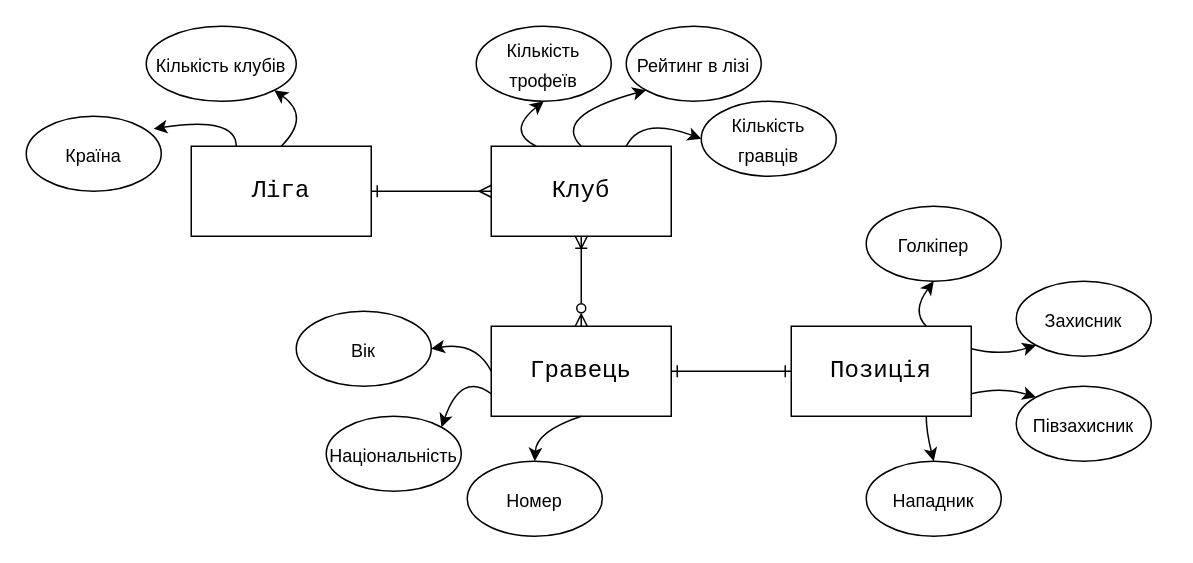
imaihs/bd_lab keeps this draw.io diagram as lab11.drawio. Above is the earlier version. Source tidied: cells renumbered, new cells numbered last; positions are measured from the earlier drawing's top-left corner, leaving out a move shared by most shapes. Both pictures are drawn from the tidied source at 150%, with x=0, y=0 at pixel (26, 26).
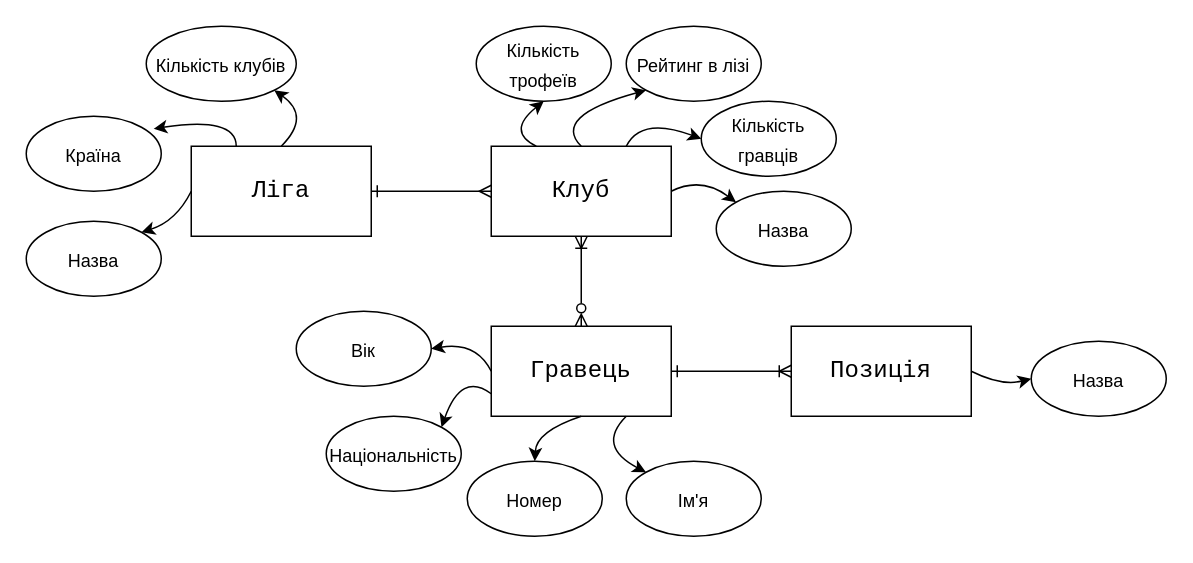
The same diagram, later.

Unchanged cells that the change refers to:
```xml
<mxCell id="3" value="&lt;pre style=&quot;&quot;&gt;&lt;font style=&quot;font-size: 16px;&quot;&gt;Ліга&lt;/font&gt;&lt;/pre&gt;" style="rounded=0;whiteSpace=wrap;html=1;" parent="1" vertex="1">
  <mxGeometry x="110" y="80" width="120" height="60" as="geometry" />
</mxCell>
<mxCell id="5" value="&lt;pre style=&quot;&quot;&gt;&lt;font style=&quot;font-size: 16px;&quot;&gt;Клуб&lt;/font&gt;&lt;/pre&gt;" style="rounded=0;whiteSpace=wrap;html=1;" parent="1" vertex="1">
  <mxGeometry x="310" y="80" width="120" height="60" as="geometry" />
</mxCell>
<mxCell id="7" value="&lt;pre style=&quot;&quot;&gt;&lt;font style=&quot;font-size: 16px;&quot;&gt;Гравець&lt;/font&gt;&lt;/pre&gt;" style="rounded=0;whiteSpace=wrap;html=1;" parent="1" vertex="1">
  <mxGeometry x="310" y="200" width="120" height="60" as="geometry" />
</mxCell>
<mxCell id="8" value="&lt;pre style=&quot;&quot;&gt;&lt;font style=&quot;font-size: 16px;&quot;&gt;Позиція&lt;/font&gt;&lt;/pre&gt;" style="rounded=0;whiteSpace=wrap;html=1;" parent="1" vertex="1">
  <mxGeometry x="510" y="200" width="120" height="60" as="geometry" />
</mxCell>
```

Change to the diagram source:
```diff
@@
-    <mxCell id="6" style="edgeStyle=orthogonalEdgeStyle;rounded=0;jettySize=auto;html=1;exitX=1;exitY=0.5;exitDx=0;exitDy=0;entryX=0;entryY=0.5;entryDx=0;entryDy=0;fontSize=12;startArrow=ERone;startFill=0;endArrow=ERone;endFill=0;" parent="1" edge="1" source="7" target="8">
+    <mxCell id="6" style="edgeStyle=orthogonalEdgeStyle;rounded=0;jettySize=auto;html=1;exitX=1;exitY=0.5;exitDx=0;exitDy=0;entryX=0;entryY=0.5;entryDx=0;entryDy=0;fontSize=12;startArrow=ERone;startFill=0;endArrow=ERoneToMany;endFill=0;" parent="1" edge="1" source="7" target="8">
       <mxGeometry relative="1" as="geometry" />
     </mxCell>
@@
-    <mxCell id="25" value="&lt;span style=&quot;font-size: 12px;&quot;&gt;Голкіпер&lt;/span&gt;" style="ellipse;whiteSpace=wrap;html=1;fontSize=16;" parent="1" vertex="1">
-      <mxGeometry x="560" y="120" width="90" height="50" as="geometry" />
-    </mxCell>
-    <mxCell id="26" value="&lt;span style=&quot;font-size: 12px;&quot;&gt;Захисник&lt;/span&gt;" style="ellipse;whiteSpace=wrap;html=1;fontSize=16;" parent="1" vertex="1">
-      <mxGeometry x="660" y="170" width="90" height="50" as="geometry" />
-    </mxCell>
-    <mxCell id="27" value="&lt;span style=&quot;font-size: 12px;&quot;&gt;Півзахисник&lt;/span&gt;" style="ellipse;whiteSpace=wrap;html=1;fontSize=16;" parent="1" vertex="1">
-      <mxGeometry x="660" y="240" width="90" height="50" as="geometry" />
+    <mxCell id="27" value="&lt;span style=&quot;font-size: 12px;&quot;&gt;Назва&lt;/span&gt;" style="ellipse;whiteSpace=wrap;html=1;fontSize=16;" parent="1" vertex="1">
+      <mxGeometry x="670" y="210" width="90" height="50" as="geometry" />
     </mxCell>
-    <mxCell id="28" value="&lt;span style=&quot;font-size: 12px;&quot;&gt;Нападник&lt;/span&gt;" style="ellipse;whiteSpace=wrap;html=1;fontSize=16;" parent="1" vertex="1">
-      <mxGeometry x="560" y="290" width="90" height="50" as="geometry" />
-    </mxCell>
-    <mxCell id="29" style="curved=1;endArrow=classic;html=1;rounded=0;exitX=0.75;exitY=0;exitDx=0;exitDy=0;entryX=0.5;entryY=1;entryDx=0;entryDy=0;" parent="1" edge="1" source="8" target="25">
-      <mxGeometry relative="1" as="geometry">
-        <Array as="points">
-          <mxPoint x="590" y="190" />
-        </Array>
-      </mxGeometry>
-    </mxCell>
-    <mxCell id="30" style="curved=1;endArrow=classic;html=1;rounded=0;exitX=0.75;exitY=1;exitDx=0;exitDy=0;entryX=0.5;entryY=0;entryDx=0;entryDy=0;" parent="1" edge="1" source="8" target="28">
-      <mxGeometry relative="1" as="geometry">
-        <Array as="points">
-          <mxPoint x="600" y="270" />
-        </Array>
-      </mxGeometry>
-    </mxCell>
-    <mxCell id="31" style="curved=1;endArrow=classic;html=1;rounded=0;exitX=1;exitY=0.75;exitDx=0;exitDy=0;entryX=0;entryY=0;entryDx=0;entryDy=0;" parent="1" edge="1" source="8" target="27">
+    <mxCell id="31" style="curved=1;endArrow=classic;html=1;rounded=0;exitX=1;exitY=0.5;exitDx=0;exitDy=0;entryX=0;entryY=0.5;entryDx=0;entryDy=0;" parent="1" edge="1" source="8" target="27">
       <mxGeometry relative="1" as="geometry">
         <Array as="points">
           <mxPoint x="650" y="240" />
         </Array>
       </mxGeometry>
     </mxCell>
-    <mxCell id="32" style="curved=1;endArrow=classic;html=1;rounded=0;exitX=1;exitY=0.25;exitDx=0;exitDy=0;entryX=0;entryY=1;entryDx=0;entryDy=0;" parent="1" edge="1" source="8" target="26">
-      <mxGeometry relative="1" as="geometry">
-        <Array as="points">
-          <mxPoint x="650" y="220" />
-        </Array>
-      </mxGeometry>
-    </mxCell>
+    <mxCell id="33" value="&lt;span style=&quot;font-size: 12px;&quot;&gt;Ім'я&lt;/span&gt;" style="ellipse;whiteSpace=wrap;html=1;fontSize=16;" parent="1" vertex="1">
+      <mxGeometry x="400" y="290" width="90" height="50" as="geometry" />
+    </mxCell>
+    <mxCell id="34" value="&lt;span style=&quot;font-size: 12px;&quot;&gt;Назва&lt;/span&gt;" style="ellipse;whiteSpace=wrap;html=1;fontSize=16;" parent="1" vertex="1">
+      <mxGeometry x="460" y="110" width="90" height="50" as="geometry" />
+    </mxCell>
+    <mxCell id="35" value="&lt;span style=&quot;font-size: 12px;&quot;&gt;Назва&lt;/span&gt;" style="ellipse;whiteSpace=wrap;html=1;fontSize=16;" parent="1" vertex="1">
+      <mxGeometry y="130" width="90" height="50" as="geometry" />
+    </mxCell>
+    <mxCell id="36" style="curved=1;endArrow=classic;html=1;rounded=0;fontSize=12;entryX=1;entryY=0;entryDx=0;entryDy=0;exitX=0;exitY=0.5;exitDx=0;exitDy=0;" parent="1" edge="1" source="3" target="35">
+      <mxGeometry relative="1" as="geometry">
+        <Array as="points">
+          <mxPoint x="100" y="130" />
+        </Array>
+      </mxGeometry>
+    </mxCell>
+    <mxCell id="37" style="curved=1;endArrow=classic;html=1;rounded=0;fontSize=12;entryX=0;entryY=0;entryDx=0;entryDy=0;exitX=1;exitY=0.5;exitDx=0;exitDy=0;" parent="1" edge="1" source="5" target="34">
+      <mxGeometry relative="1" as="geometry">
+        <Array as="points">
+          <mxPoint x="450" y="100" />
+        </Array>
+      </mxGeometry>
+    </mxCell>
+    <mxCell id="38" style="curved=1;endArrow=classic;html=1;rounded=0;fontSize=12;exitX=0.75;exitY=1;exitDx=0;exitDy=0;entryX=0;entryY=0;entryDx=0;entryDy=0;" parent="1" edge="1" source="7" target="33">
+      <mxGeometry relative="1" as="geometry">
+        <Array as="points">
+          <mxPoint x="380" y="280" />
+        </Array>
+      </mxGeometry>
+    </mxCell>
```
